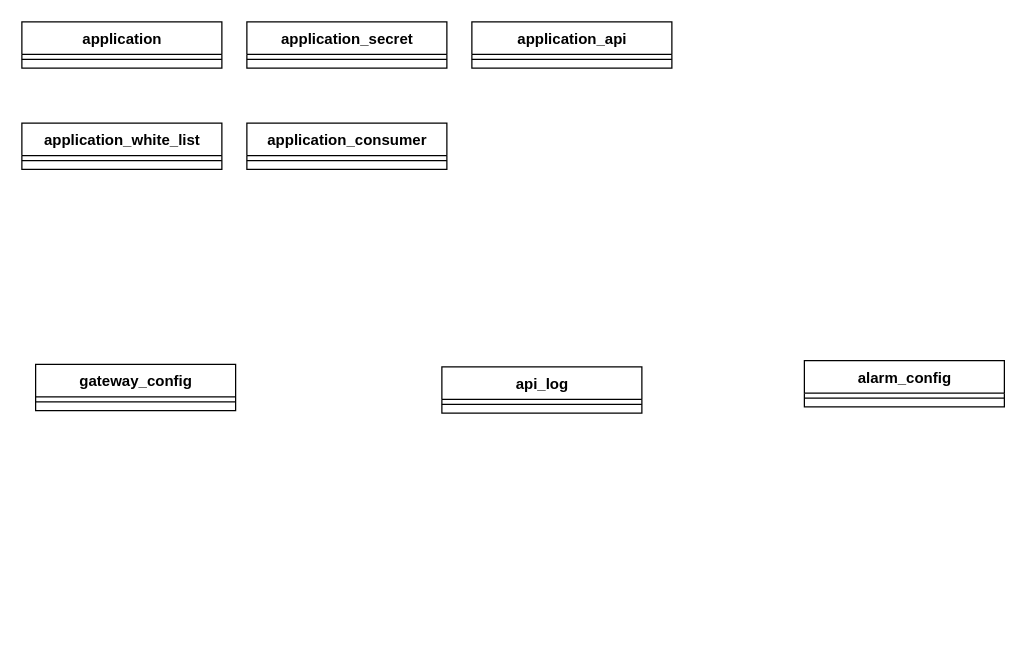
Earlier version of the draw.io diagram 未命名绘图.drawio (mengfanzhen/drawio). Source tidied: cells renumbered, new cells numbered last; positions are measured from the earlier drawing's top-left corner, leaving out a move shared by most shapes. Both pictures are drawn from the tidied source at 125%, with x=0, y=0 at pixel (21, 21).
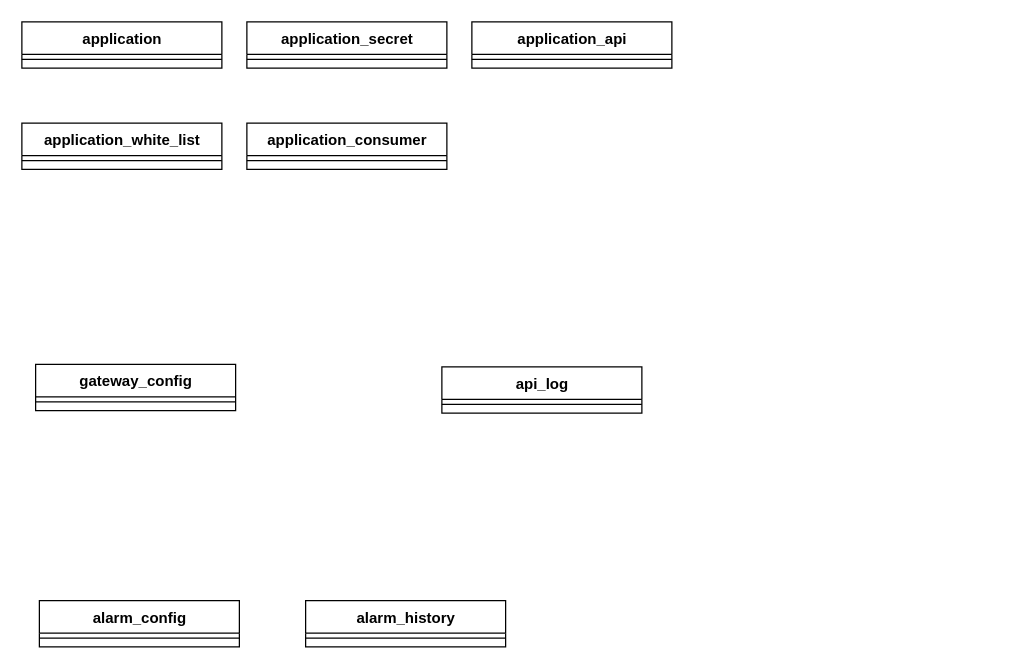
The same page after the edit.

Commit message:
更新未命名绘图.drawio

Diff of the diagram source:
```diff
@@
 <mxGraphModel>
   <root>
     <mxCell id="0" />
     <mxCell id="1" parent="0" />
     <mxCell id="2" value="&lt;font face=&quot;宋体&quot;&gt;application&lt;/font&gt;" style="swimlane;html=1;fontStyle=1;align=center;verticalAlign=top;horizontal=1;startSize=26;swimlaneFillColor=#ffffff;rounded=0;shadow=0;comic=0;labelBackgroundColor=none;strokeWidth=1;fillColor=none;fontFamily=Verdana;fontSize=12;" parent="1" vertex="1">
       <mxGeometry width="160" height="37" as="geometry" />
     </mxCell>
     <mxCell id="3" style="line;html=1;strokeWidth=1;fillColor=none;align=left;verticalAlign=middle;spacingTop=-1;spacingLeft=3;spacingRight=3;labelPosition=right;" parent="2" vertex="1">
       <mxGeometry y="26" width="160" height="8" as="geometry" />
     </mxCell>
     <mxCell id="4" value="&lt;font face=&quot;宋体&quot;&gt;application_secret&lt;/font&gt;" style="swimlane;html=1;fontStyle=1;align=center;verticalAlign=top;horizontal=1;startSize=26;swimlaneFillColor=#ffffff;rounded=0;shadow=0;comic=0;labelBackgroundColor=none;strokeWidth=1;fillColor=none;fontFamily=Verdana;fontSize=12;" parent="1" vertex="1">
       <mxGeometry x="180" width="160" height="37" as="geometry" />
     </mxCell>
     <mxCell id="5" style="line;html=1;strokeWidth=1;fillColor=none;align=left;verticalAlign=middle;spacingTop=-1;spacingLeft=3;spacingRight=3;labelPosition=right;" parent="4" vertex="1">
       <mxGeometry y="26" width="160" height="8" as="geometry" />
     </mxCell>
     <mxCell id="6" value="&lt;font face=&quot;宋体&quot;&gt;application_api&lt;/font&gt;" style="swimlane;html=1;fontStyle=1;align=center;verticalAlign=top;horizontal=1;startSize=26;swimlaneFillColor=#ffffff;rounded=0;shadow=0;comic=0;labelBackgroundColor=none;strokeWidth=1;fillColor=none;fontFamily=Verdana;fontSize=12;" parent="1" vertex="1">
       <mxGeometry x="360" width="160" height="37" as="geometry" />
     </mxCell>
     <mxCell id="7" style="line;html=1;strokeWidth=1;fillColor=none;align=left;verticalAlign=middle;spacingTop=-1;spacingLeft=3;spacingRight=3;labelPosition=right;" parent="6" vertex="1">
       <mxGeometry y="26" width="160" height="8" as="geometry" />
     </mxCell>
     <mxCell id="8" value="&lt;font face=&quot;宋体&quot;&gt;application_white_list&lt;/font&gt;" style="swimlane;html=1;fontStyle=1;align=center;verticalAlign=top;horizontal=1;startSize=26;swimlaneFillColor=#ffffff;rounded=0;shadow=0;comic=0;labelBackgroundColor=none;strokeWidth=1;fillColor=none;fontFamily=Verdana;fontSize=12;" parent="1" vertex="1">
       <mxGeometry y="81" width="160" height="37" as="geometry" />
     </mxCell>
     <mxCell id="9" style="line;html=1;strokeWidth=1;fillColor=none;align=left;verticalAlign=middle;spacingTop=-1;spacingLeft=3;spacingRight=3;labelPosition=right;" parent="8" vertex="1">
       <mxGeometry y="26" width="160" height="8" as="geometry" />
     </mxCell>
     <mxCell id="10" value="&lt;font face=&quot;宋体&quot;&gt;application_consumer&lt;/font&gt;" style="swimlane;html=1;fontStyle=1;align=center;verticalAlign=top;horizontal=1;startSize=26;swimlaneFillColor=#ffffff;rounded=0;shadow=0;comic=0;labelBackgroundColor=none;strokeWidth=1;fillColor=none;fontFamily=Verdana;fontSize=12;" parent="1" vertex="1">
       <mxGeometry x="180" y="81" width="160" height="37" as="geometry" />
     </mxCell>
     <mxCell id="11" style="line;html=1;strokeWidth=1;fillColor=none;align=left;verticalAlign=middle;spacingTop=-1;spacingLeft=3;spacingRight=3;labelPosition=right;" parent="10" vertex="1">
       <mxGeometry y="26" width="160" height="8" as="geometry" />
     </mxCell>
     <mxCell id="12" value="&lt;font face=&quot;宋体&quot;&gt;gateway_config&lt;/font&gt;" style="swimlane;html=1;fontStyle=1;align=center;verticalAlign=top;horizontal=1;startSize=26;swimlaneFillColor=#ffffff;rounded=0;shadow=0;comic=0;labelBackgroundColor=none;strokeWidth=1;fillColor=none;fontFamily=Verdana;fontSize=12;" parent="1" vertex="1">
       <mxGeometry x="11" y="274" width="160" height="37" as="geometry" />
     </mxCell>
     <mxCell id="13" style="line;html=1;strokeWidth=1;fillColor=none;align=left;verticalAlign=middle;spacingTop=-1;spacingLeft=3;spacingRight=3;labelPosition=right;" parent="12" vertex="1">
       <mxGeometry y="26" width="160" height="8" as="geometry" />
     </mxCell>
     <mxCell id="14" value="&lt;font face=&quot;宋体&quot;&gt;api_log&lt;/font&gt;" style="swimlane;html=1;fontStyle=1;align=center;verticalAlign=top;horizontal=1;startSize=26;swimlaneFillColor=#ffffff;rounded=0;shadow=0;comic=0;labelBackgroundColor=none;strokeWidth=1;fillColor=none;fontFamily=Verdana;fontSize=12;" parent="1" vertex="1">
       <mxGeometry x="336" y="276" width="160" height="37" as="geometry" />
     </mxCell>
     <mxCell id="15" style="line;html=1;strokeWidth=1;fillColor=none;align=left;verticalAlign=middle;spacingTop=-1;spacingLeft=3;spacingRight=3;labelPosition=right;" parent="14" vertex="1">
       <mxGeometry y="26" width="160" height="8" as="geometry" />
     </mxCell>
     <mxCell id="16" value="&lt;font face=&quot;宋体&quot;&gt;alarm_config&lt;/font&gt;" style="swimlane;html=1;fontStyle=1;align=center;verticalAlign=top;horizontal=1;startSize=26;swimlaneFillColor=#ffffff;rounded=0;shadow=0;comic=0;labelBackgroundColor=none;strokeWidth=1;fillColor=none;fontFamily=Verdana;fontSize=12;" parent="1" vertex="1">
-      <mxGeometry x="626" y="271" width="160" height="37" as="geometry" />
+      <mxGeometry x="14" y="463" width="160" height="37" as="geometry" />
     </mxCell>
     <mxCell id="17" style="line;html=1;strokeWidth=1;fillColor=none;align=left;verticalAlign=middle;spacingTop=-1;spacingLeft=3;spacingRight=3;labelPosition=right;" parent="16" vertex="1">
       <mxGeometry y="26" width="160" height="8" as="geometry" />
     </mxCell>
+    <mxCell id="18" value="&lt;font face=&quot;宋体&quot;&gt;alarm_history&lt;/font&gt;" style="swimlane;html=1;fontStyle=1;align=center;verticalAlign=top;horizontal=1;startSize=26;swimlaneFillColor=#ffffff;rounded=0;shadow=0;comic=0;labelBackgroundColor=none;strokeWidth=1;fillColor=none;fontFamily=Verdana;fontSize=12;" parent="1" vertex="1">
+      <mxGeometry x="227" y="463" width="160" height="37" as="geometry" />
+    </mxCell>
+    <mxCell id="19" style="line;html=1;strokeWidth=1;fillColor=none;align=left;verticalAlign=middle;spacingTop=-1;spacingLeft=3;spacingRight=3;labelPosition=right;" parent="18" vertex="1">
+      <mxGeometry y="26" width="160" height="8" as="geometry" />
+    </mxCell>
   </root>
 </mxGraphModel>
```
